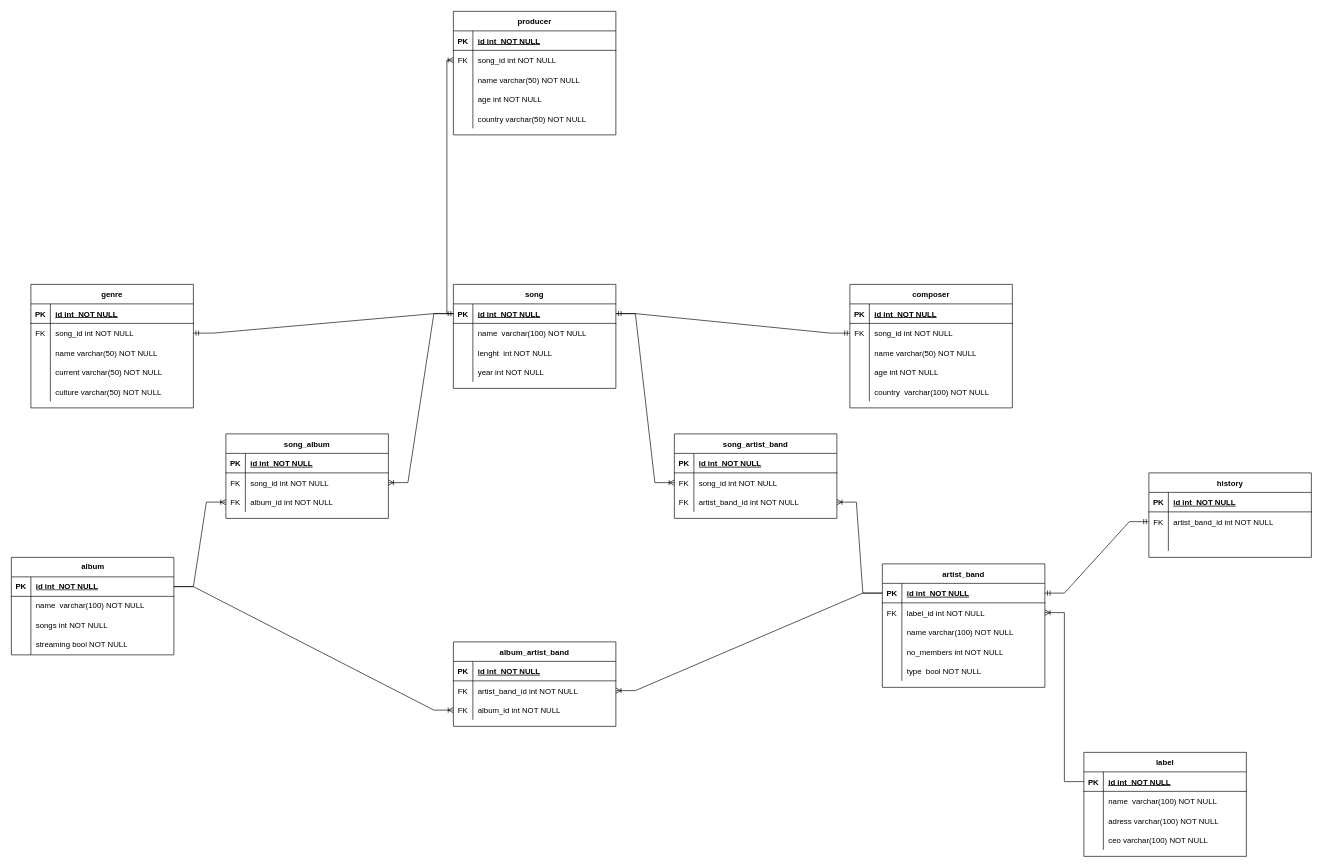
Above: model_conceptual.drawio in vitorjurj/examen_sem1_db (draw.io), before the change. Source tidied: cells renumbered, new cells numbered last; positions are measured from the earlier drawing's top-left corner, leaving out a move shared by most shapes. Both pictures are drawn from the tidied source at 65%, with x=0, y=0 at pixel (11, 11).
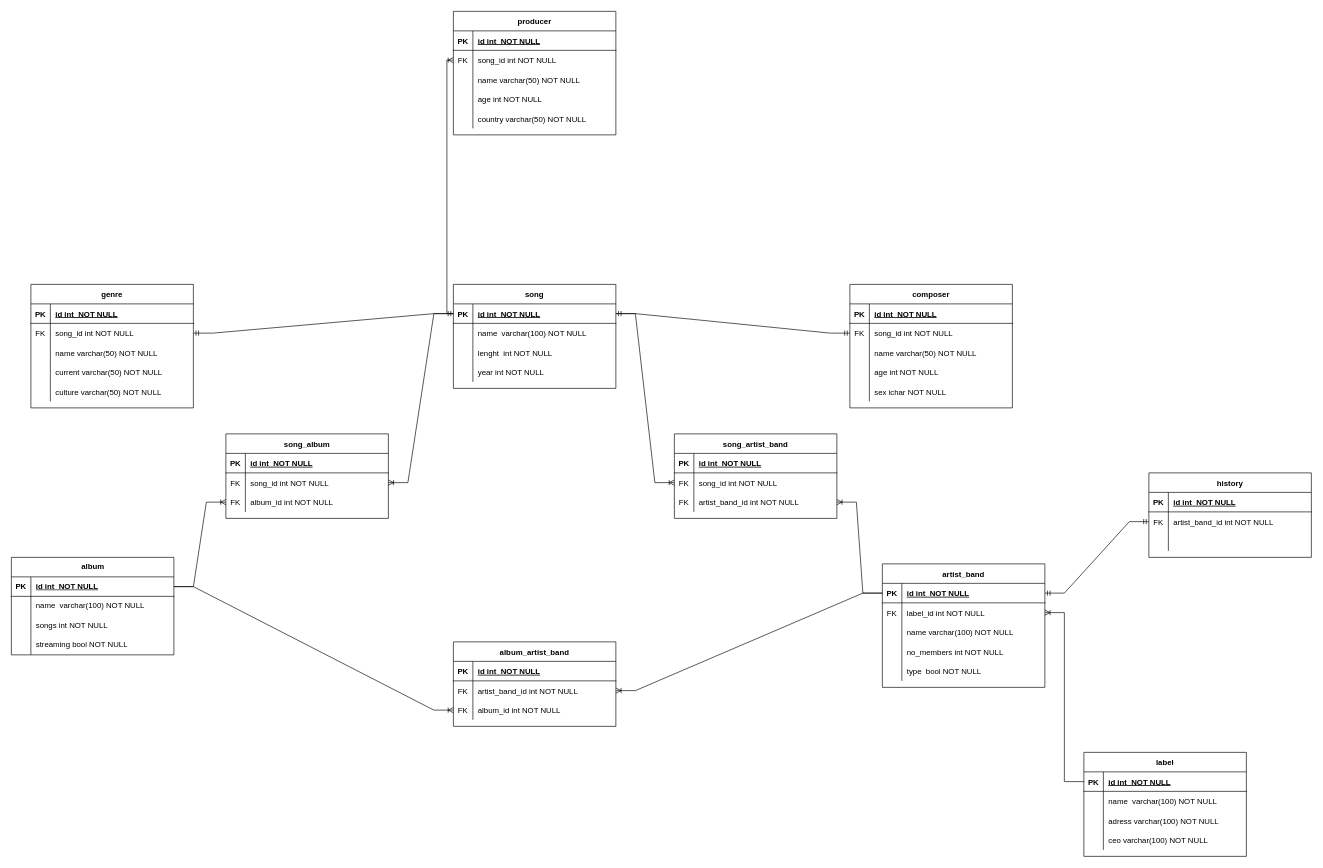
After the change.

Unchanged cells that the change refers to:
```xml
<mxCell id="110" style="shape=partialRectangle;fillColor=none;top=0;left=0;right=0;bottom=0;" parent="97" vertex="1">
  <mxGeometry y="150" width="250" height="30" as="geometry" />
</mxCell>
```

The edit, as a diff of the source:
```diff
@@
-    <mxCell id="112" value="country  varchar(100) NOT NULL" style="shape=partialRectangle;overflow=hidden;fillColor=none;top=0;left=0;bottom=0;right=0;align=left;spacingLeft=6;" parent="110" vertex="1">
+    <mxCell id="112" value="sex ichar NOT NULL" style="shape=partialRectangle;overflow=hidden;fillColor=none;top=0;left=0;bottom=0;right=0;align=left;spacingLeft=6;" parent="110" vertex="1">
       <mxGeometry x="30" width="220" height="30" as="geometry" />
     </mxCell>
```
